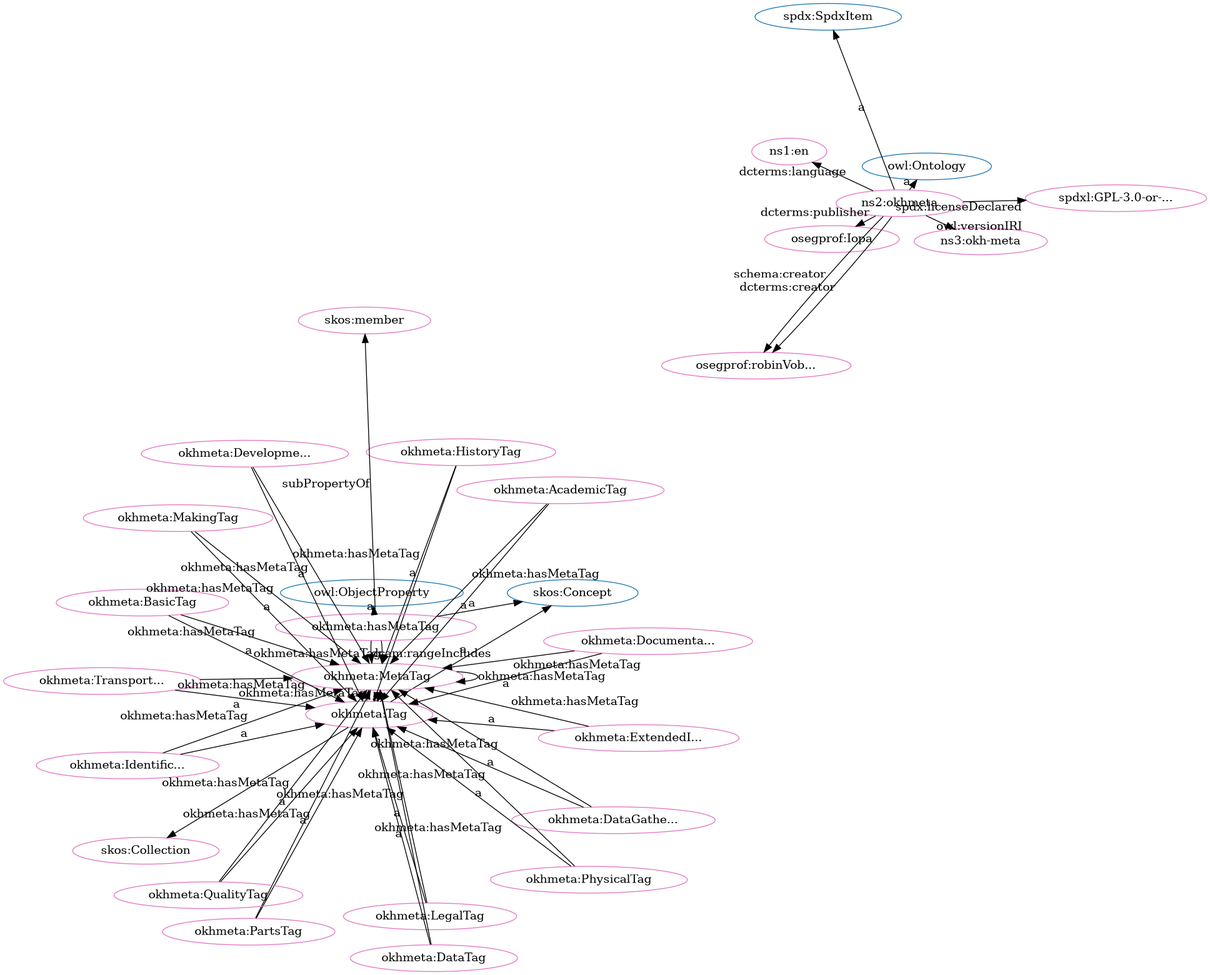
This is src/spec/fdp_okh-meta.png from iop-alliance/OpenKnowHow, a Graphviz export, as it was before one commit. Its source is kept beside it as src/spec/fdp_okh-meta.dot.
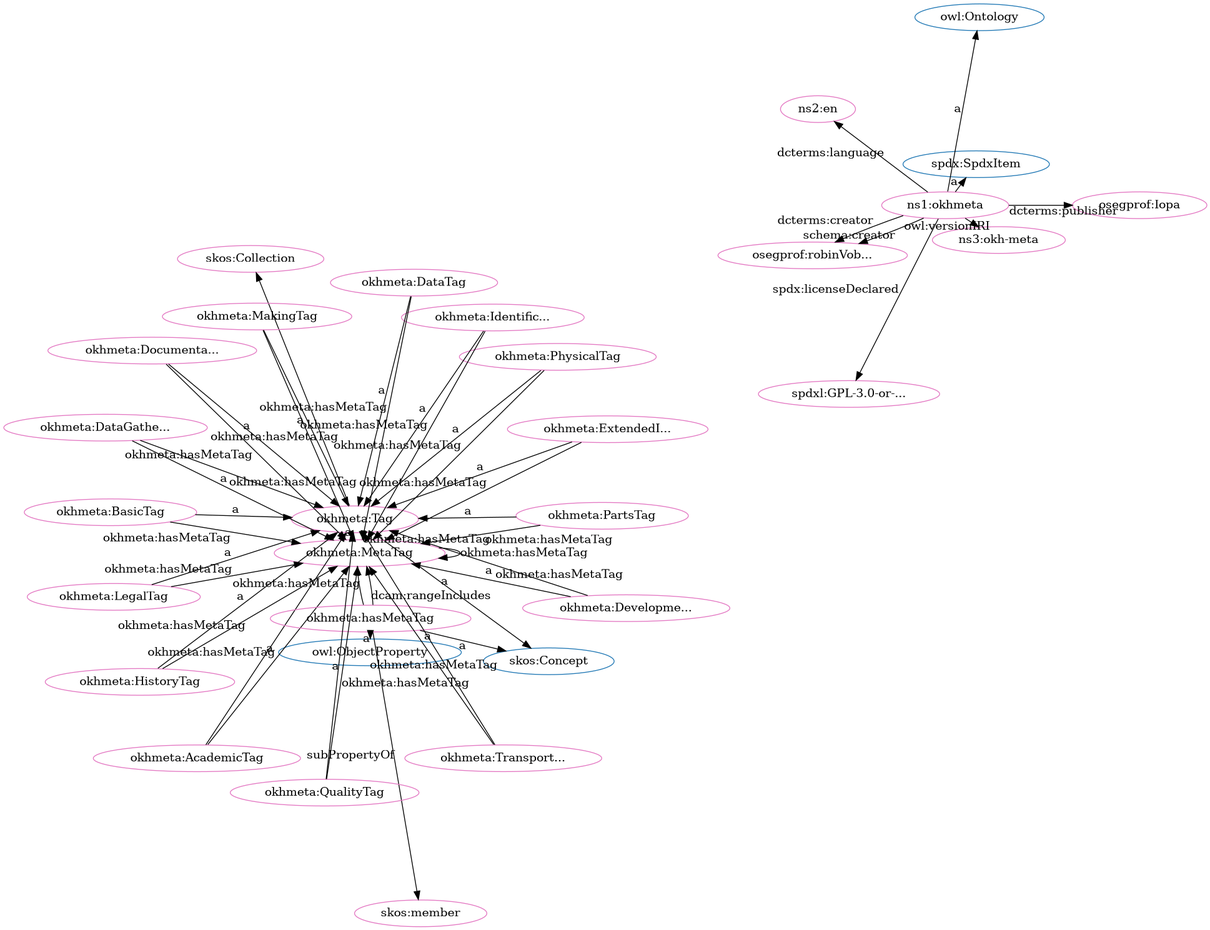
After the change.

The edit, as a diff of the source:
```diff
@@ -1,84 +1,84 @@
 digraph G {
   rankdir=BT
   node[height=.3]
+"http://w3id.org/oseg/ont/okhmeta#Tag" [fillcolor="#1f77b4" color="#1f77b4" label="okhmeta:Tag"]
+"http://www.w3.org/2004/02/skos/core#Concept" [fillcolor="#1f77b4" color="#1f77b4" label="skos:Concept"]
+"http://www.w3.org/2002/07/owl#ObjectProperty" [fillcolor="#1f77b4" color="#1f77b4" label="owl:ObjectProperty"]
+"http://www.w3.org/2002/07/owl#Ontology" [fillcolor="#1f77b4" color="#1f77b4" label="owl:Ontology"]
 "http://spdx.org/rdf/terms#SpdxItem" [fillcolor="#1f77b4" color="#1f77b4" label="spdx:SpdxItem"]
-"http://www.w3.org/2004/02/skos/core#Concept" [fillcolor="#1f77b4" color="#1f77b4" label="skos:Concept"]
-"http://www.w3.org/2002/07/owl#Ontology" [fillcolor="#1f77b4" color="#1f77b4" label="owl:Ontology"]
-"http://www.w3.org/2002/07/owl#ObjectProperty" [fillcolor="#1f77b4" color="#1f77b4" label="owl:ObjectProperty"]
 "http://www.w3.org/2004/02/skos/core#Collection" [fillcolor="#1f77b4" color="#1f77b4" label="skos:Collection"]
-"http://w3id.org/oseg/ont/okhmeta#Tag" [fillcolor="#1f77b4" color="#1f77b4" label="okhmeta:Tag"]
+"http://w3id.org/oseg/ont/okhmeta#MetaTag" [fillcolor="#e377c2" color="#e377c2" label="okhmeta:MetaTag"]
+"http://w3id.org/oseg/ont/oseg-profiles#robinVobruba" [fillcolor="#e377c2" color="#e377c2" label="osegprof:robinVob..."]
+"http://w3id.org/oseg/ont/okhmeta#AcademicTag" [fillcolor="#e377c2" color="#e377c2" label="okhmeta:AcademicTag"]
+"http://w3id.org/oseg/ont/okhmeta#hasMetaTag" [fillcolor="#e377c2" color="#e377c2" label="okhmeta:hasMetaTag"]
+"http://w3id.org/oseg/ont/okhmeta#PartsTag" [fillcolor="#e377c2" color="#e377c2" label="okhmeta:PartsTag"]
 "http://w3id.org/oseg/ont/okhmeta#HistoryTag" [fillcolor="#e377c2" color="#e377c2" label="okhmeta:HistoryTag"]
-"http://w3id.org/oseg/ont/okhmeta#hasMetaTag" [fillcolor="#e377c2" color="#e377c2" label="okhmeta:hasMetaTag"]
+"http://w3id.org/oseg/ont/okhmeta#DevelopmentTag" [fillcolor="#e377c2" color="#e377c2" label="okhmeta:Developme..."]
+"http://w3id.org/oseg/ont/okhmeta#TransportationTag" [fillcolor="#e377c2" color="#e377c2" label="okhmeta:Transport..."]
+"http://w3id.org/oseg/ont/okhmeta#BasicTag" [fillcolor="#e377c2" color="#e377c2" label="okhmeta:BasicTag"]
+"http://w3id.org/oseg/ont/okhmeta#ExtendedInfoTag" [fillcolor="#e377c2" color="#e377c2" label="okhmeta:ExtendedI..."]
+"http://w3id.org/oseg/ont/okhmeta#PhysicalTag" [fillcolor="#e377c2" color="#e377c2" label="okhmeta:PhysicalTag"]
+"http://w3id.org/oseg/ont/okhmeta#IdentificationTag" [fillcolor="#e377c2" color="#e377c2" label="okhmeta:Identific..."]
+"http://w3id.org/oseg/ont/okhmeta" [fillcolor="#e377c2" color="#e377c2" label="ns1:okhmeta"]
+"http://w3id.org/oseg/ont/oseg-profiles#Iopa" [fillcolor="#e377c2" color="#e377c2" label="osegprof:Iopa"]
+"http://w3id.org/oseg/ont/okhmeta#DataTag" [fillcolor="#e377c2" color="#e377c2" label="okhmeta:DataTag"]
+"http://w3id.org/oseg/ont/okhmeta#Tag" [fillcolor="#e377c2" color="#e377c2" label="okhmeta:Tag"]
+"http://www.w3.org/2004/02/skos/core#member" [fillcolor="#e377c2" color="#e377c2" label="skos:member"]
+"http://w3id.org/oseg/ont/okhmeta#DocumentationTag" [fillcolor="#e377c2" color="#e377c2" label="okhmeta:Documenta..."]
+"http://id.loc.gov/vocabulary/iso639-1/en" [fillcolor="#e377c2" color="#e377c2" label="ns2:en"]
+"http://w3id.org/oseg/ont/okhmeta#LegalTag" [fillcolor="#e377c2" color="#e377c2" label="okhmeta:LegalTag"]
+"http://w3id.org/oseg/ont/okhmeta#MakingTag" [fillcolor="#e377c2" color="#e377c2" label="okhmeta:MakingTag"]
+"http://www.w3.org/2004/02/skos/core#Collection" [fillcolor="#e377c2" color="#e377c2" label="skos:Collection"]
+"http://w3id.org/oseg/ont/okhmeta#QualityTag" [fillcolor="#e377c2" color="#e377c2" label="okhmeta:QualityTag"]
+"http://spdx.org/licenses/GPL-3.0-or-later" [fillcolor="#e377c2" color="#e377c2" label="spdxl:GPL-3.0-or-..."]
 "http://w3id.org/oseg/ont/okhmeta#DataGatheringTag" [fillcolor="#e377c2" color="#e377c2" label="okhmeta:DataGathe..."]
-"http://w3id.org/oseg/ont/okhmeta#DocumentationTag" [fillcolor="#e377c2" color="#e377c2" label="okhmeta:Documenta..."]
-"http://w3id.org/oseg/ont/okhmeta#TransportationTag" [fillcolor="#e377c2" color="#e377c2" label="okhmeta:Transport..."]
-"http://w3id.org/oseg/ont/okhmeta#LegalTag" [fillcolor="#e377c2" color="#e377c2" label="okhmeta:LegalTag"]
-"http://www.w3.org/2004/02/skos/core#Collection" [fillcolor="#e377c2" color="#e377c2" label="skos:Collection"]
-"http://w3id.org/oseg/ont/oseg-profiles#Iopa" [fillcolor="#e377c2" color="#e377c2" label="osegprof:Iopa"]
-"http://w3id.org/oseg/ont/okhmeta#MetaTag" [fillcolor="#e377c2" color="#e377c2" label="okhmeta:MetaTag"]
-"http://id.loc.gov/vocabulary/iso639-1/en" [fillcolor="#e377c2" color="#e377c2" label="ns1:en"]
-"http://w3id.org/oseg/ont/okhmeta#DevelopmentTag" [fillcolor="#e377c2" color="#e377c2" label="okhmeta:Developme..."]
-"http://spdx.org/licenses/GPL-3.0-or-later" [fillcolor="#e377c2" color="#e377c2" label="spdxl:GPL-3.0-or-..."]
-"http://w3id.org/oseg/ont/okhmeta" [fillcolor="#e377c2" color="#e377c2" label="ns2:okhmeta"]
-"http://w3id.org/oseg/ont/okhmeta#PhysicalTag" [fillcolor="#e377c2" color="#e377c2" label="okhmeta:PhysicalTag"]
-"http://w3id.org/oseg/ont/oseg-profiles#robinVobruba" [fillcolor="#e377c2" color="#e377c2" label="osegprof:robinVob..."]
-"http://w3id.org/oseg/ont/okhmeta#Tag" [fillcolor="#e377c2" color="#e377c2" label="okhmeta:Tag"]
-"http://w3id.org/oseg/ont/okhmeta#BasicTag" [fillcolor="#e377c2" color="#e377c2" label="okhmeta:BasicTag"]
-"http://w3id.org/oseg/ont/okhmeta#PartsTag" [fillcolor="#e377c2" color="#e377c2" label="okhmeta:PartsTag"]
-"http://www.w3.org/2004/02/skos/core#member" [fillcolor="#e377c2" color="#e377c2" label="skos:member"]
 "http://w3id.org/oseg/ont/1.1.0/okh-meta" [fillcolor="#e377c2" color="#e377c2" label="ns3:okh-meta"]
-"http://w3id.org/oseg/ont/okhmeta#AcademicTag" [fillcolor="#e377c2" color="#e377c2" label="okhmeta:AcademicTag"]
-"http://w3id.org/oseg/ont/okhmeta#MakingTag" [fillcolor="#e377c2" color="#e377c2" label="okhmeta:MakingTag"]
-"http://w3id.org/oseg/ont/okhmeta#IdentificationTag" [fillcolor="#e377c2" color="#e377c2" label="okhmeta:Identific..."]
-"http://w3id.org/oseg/ont/okhmeta#DataTag" [fillcolor="#e377c2" color="#e377c2" label="okhmeta:DataTag"]
-"http://w3id.org/oseg/ont/okhmeta#QualityTag" [fillcolor="#e377c2" color="#e377c2" label="okhmeta:QualityTag"]
-"http://w3id.org/oseg/ont/okhmeta#ExtendedInfoTag" [fillcolor="#e377c2" color="#e377c2" label="okhmeta:ExtendedI..."]
+  "http://w3id.org/oseg/ont/okhmeta#hasMetaTag" -> "http://w3id.org/oseg/ont/okhmeta#MetaTag" [label="okhmeta:hasMetaTag"]
+  "http://w3id.org/oseg/ont/okhmeta#hasMetaTag" -> "http://www.w3.org/2004/02/skos/core#Concept" [label="a"]
+  "http://w3id.org/oseg/ont/okhmeta" -> "http://w3id.org/oseg/ont/oseg-profiles#robinVobruba" [label="schema:creator"]
+  "http://w3id.org/oseg/ont/okhmeta#DevelopmentTag" -> "http://w3id.org/oseg/ont/okhmeta#Tag" [label="a"]
+  "http://w3id.org/oseg/ont/okhmeta#LegalTag" -> "http://w3id.org/oseg/ont/okhmeta#MetaTag" [label="okhmeta:hasMetaTag"]
+  "http://w3id.org/oseg/ont/okhmeta#ExtendedInfoTag" -> "http://w3id.org/oseg/ont/okhmeta#Tag" [label="a"]
+  "http://w3id.org/oseg/ont/okhmeta#Tag" -> "http://w3id.org/oseg/ont/okhmeta#MetaTag" [label="okhmeta:hasMetaTag"]
+  "http://w3id.org/oseg/ont/okhmeta#DevelopmentTag" -> "http://w3id.org/oseg/ont/okhmeta#MetaTag" [label="okhmeta:hasMetaTag"]
+  "http://w3id.org/oseg/ont/okhmeta#PartsTag" -> "http://w3id.org/oseg/ont/okhmeta#MetaTag" [label="okhmeta:hasMetaTag"]
+  "http://w3id.org/oseg/ont/okhmeta#DataTag" -> "http://w3id.org/oseg/ont/okhmeta#Tag" [label="a"]
+  "http://w3id.org/oseg/ont/okhmeta#QualityTag" -> "http://w3id.org/oseg/ont/okhmeta#MetaTag" [label="okhmeta:hasMetaTag"]
+  "http://w3id.org/oseg/ont/okhmeta#Tag" -> "http://www.w3.org/2004/02/skos/core#Concept" [label="a"]
+  "http://w3id.org/oseg/ont/okhmeta#MetaTag" -> "http://w3id.org/oseg/ont/okhmeta#Tag" [label="a"]
+  "http://w3id.org/oseg/ont/okhmeta#hasMetaTag" -> "http://www.w3.org/2004/02/skos/core#member" [label="subPropertyOf"]
+  "http://w3id.org/oseg/ont/okhmeta#DocumentationTag" -> "http://w3id.org/oseg/ont/okhmeta#Tag" [label="a"]
+  "http://w3id.org/oseg/ont/okhmeta" -> "http://id.loc.gov/vocabulary/iso639-1/en" [label="dcterms:language"]
+  "http://w3id.org/oseg/ont/okhmeta#TransportationTag" -> "http://w3id.org/oseg/ont/okhmeta#MetaTag" [label="okhmeta:hasMetaTag"]
+  "http://w3id.org/oseg/ont/okhmeta#PhysicalTag" -> "http://w3id.org/oseg/ont/okhmeta#MetaTag" [label="okhmeta:hasMetaTag"]
+  "http://w3id.org/oseg/ont/okhmeta#MakingTag" -> "http://w3id.org/oseg/ont/okhmeta#Tag" [label="a"]
+  "http://w3id.org/oseg/ont/okhmeta#hasMetaTag" -> "http://www.w3.org/2002/07/owl#ObjectProperty" [label="a"]
+  "http://w3id.org/oseg/ont/okhmeta" -> "http://spdx.org/licenses/GPL-3.0-or-later" [label="spdx:licenseDeclared"]
+  "http://w3id.org/oseg/ont/okhmeta#DataGatheringTag" -> "http://w3id.org/oseg/ont/okhmeta#Tag" [label="a"]
+  "http://w3id.org/oseg/ont/okhmeta" -> "http://w3id.org/oseg/ont/1.1.0/okh-meta" [label="owl:versionIRI"]
+  "http://w3id.org/oseg/ont/okhmeta#MakingTag" -> "http://w3id.org/oseg/ont/okhmeta#MetaTag" [label="okhmeta:hasMetaTag"]
+  "http://w3id.org/oseg/ont/okhmeta#DataTag" -> "http://w3id.org/oseg/ont/okhmeta#MetaTag" [label="okhmeta:hasMetaTag"]
+  "http://w3id.org/oseg/ont/okhmeta#DataGatheringTag" -> "http://w3id.org/oseg/ont/okhmeta#MetaTag" [label="okhmeta:hasMetaTag"]
+  "http://w3id.org/oseg/ont/okhmeta" -> "http://w3id.org/oseg/ont/oseg-profiles#robinVobruba" [label="dcterms:creator"]
+  "http://w3id.org/oseg/ont/okhmeta#ExtendedInfoTag" -> "http://w3id.org/oseg/ont/okhmeta#MetaTag" [label="okhmeta:hasMetaTag"]
+  "http://w3id.org/oseg/ont/okhmeta#AcademicTag" -> "http://w3id.org/oseg/ont/okhmeta#Tag" [label="a"]
+  "http://w3id.org/oseg/ont/okhmeta#PartsTag" -> "http://w3id.org/oseg/ont/okhmeta#Tag" [label="a"]
   "http://w3id.org/oseg/ont/okhmeta#HistoryTag" -> "http://w3id.org/oseg/ont/okhmeta#Tag" [label="a"]
-  "http://w3id.org/oseg/ont/okhmeta#hasMetaTag" -> "http://www.w3.org/2004/02/skos/core#Concept" [label="a"]
+  "http://w3id.org/oseg/ont/okhmeta#MetaTag" -> "http://w3id.org/oseg/ont/okhmeta#MetaTag" [label="okhmeta:hasMetaTag"]
+  "http://w3id.org/oseg/ont/okhmeta#DocumentationTag" -> "http://w3id.org/oseg/ont/okhmeta#MetaTag" [label="okhmeta:hasMetaTag"]
   "http://w3id.org/oseg/ont/okhmeta#TransportationTag" -> "http://w3id.org/oseg/ont/okhmeta#Tag" [label="a"]
-  "http://w3id.org/oseg/ont/okhmeta#Tag" -> "http://www.w3.org/2004/02/skos/core#Collection" [label=""]
+  "http://w3id.org/oseg/ont/okhmeta#BasicTag" -> "http://w3id.org/oseg/ont/okhmeta#Tag" [label="a"]
+  "http://w3id.org/oseg/ont/okhmeta#PhysicalTag" -> "http://w3id.org/oseg/ont/okhmeta#Tag" [label="a"]
+  "http://w3id.org/oseg/ont/okhmeta#IdentificationTag" -> "http://w3id.org/oseg/ont/okhmeta#Tag" [label="a"]
+  "http://w3id.org/oseg/ont/okhmeta" -> "http://spdx.org/rdf/terms#SpdxItem" [label="a"]
   "http://w3id.org/oseg/ont/okhmeta" -> "http://w3id.org/oseg/ont/oseg-profiles#Iopa" [label="dcterms:publisher"]
-  "http://w3id.org/oseg/ont/okhmeta#PhysicalTag" -> "http://w3id.org/oseg/ont/okhmeta#MetaTag" [label="okhmeta:hasMetaTag"]
-  "http://w3id.org/oseg/ont/okhmeta#MakingTag" -> "http://w3id.org/oseg/ont/okhmeta#MetaTag" [label="okhmeta:hasMetaTag"]
-  "http://w3id.org/oseg/ont/okhmeta#ExtendedInfoTag" -> "http://w3id.org/oseg/ont/okhmeta#MetaTag" [label="okhmeta:hasMetaTag"]
-  "http://w3id.org/oseg/ont/okhmeta" -> "http://spdx.org/licenses/GPL-3.0-or-later" [label="spdx:licenseDeclared"]
-  "http://w3id.org/oseg/ont/okhmeta#hasMetaTag" -> "http://www.w3.org/2002/07/owl#ObjectProperty" [label="a"]
-  "http://w3id.org/oseg/ont/okhmeta" -> "http://spdx.org/rdf/terms#SpdxItem" [label="a"]
-  "http://w3id.org/oseg/ont/okhmeta#DataGatheringTag" -> "http://w3id.org/oseg/ont/okhmeta#MetaTag" [label="okhmeta:hasMetaTag"]
-  "http://w3id.org/oseg/ont/okhmeta#LegalTag" -> "http://w3id.org/oseg/ont/okhmeta#MetaTag" [label="okhmeta:hasMetaTag"]
-  "http://w3id.org/oseg/ont/okhmeta#hasMetaTag" -> "http://www.w3.org/2004/02/skos/core#member" [label="subPropertyOf"]
-  "http://w3id.org/oseg/ont/okhmeta#DevelopmentTag" -> "http://w3id.org/oseg/ont/okhmeta#MetaTag" [label="okhmeta:hasMetaTag"]
-  "http://w3id.org/oseg/ont/okhmeta#MetaTag" -> "http://w3id.org/oseg/ont/okhmeta#MetaTag" [label="okhmeta:hasMetaTag"]
-  "http://w3id.org/oseg/ont/okhmeta#MetaTag" -> "http://w3id.org/oseg/ont/okhmeta#Tag" [label="a"]
-  "http://w3id.org/oseg/ont/okhmeta" -> "http://w3id.org/oseg/ont/oseg-profiles#robinVobruba" [label="dcterms:creator"]
   "http://w3id.org/oseg/ont/okhmeta#BasicTag" -> "http://w3id.org/oseg/ont/okhmeta#MetaTag" [label="okhmeta:hasMetaTag"]
   "http://w3id.org/oseg/ont/okhmeta#IdentificationTag" -> "http://w3id.org/oseg/ont/okhmeta#MetaTag" [label="okhmeta:hasMetaTag"]
-  "http://w3id.org/oseg/ont/okhmeta#DataTag" -> "http://w3id.org/oseg/ont/okhmeta#MetaTag" [label="okhmeta:hasMetaTag"]
-  "http://w3id.org/oseg/ont/okhmeta#QualityTag" -> "http://w3id.org/oseg/ont/okhmeta#MetaTag" [label="okhmeta:hasMetaTag"]
+  "http://w3id.org/oseg/ont/okhmeta#AcademicTag" -> "http://w3id.org/oseg/ont/okhmeta#MetaTag" [label="okhmeta:hasMetaTag"]
+  "http://w3id.org/oseg/ont/okhmeta#LegalTag" -> "http://w3id.org/oseg/ont/okhmeta#Tag" [label="a"]
+  "http://w3id.org/oseg/ont/okhmeta#HistoryTag" -> "http://w3id.org/oseg/ont/okhmeta#MetaTag" [label="okhmeta:hasMetaTag"]
+  "http://w3id.org/oseg/ont/okhmeta#hasMetaTag" -> "http://w3id.org/oseg/ont/okhmeta#MetaTag" [label="dcam:rangeIncludes"]
+  "http://w3id.org/oseg/ont/okhmeta#Tag" -> "http://www.w3.org/2004/02/skos/core#Collection" [label=""]
+  "http://w3id.org/oseg/ont/okhmeta#QualityTag" -> "http://w3id.org/oseg/ont/okhmeta#Tag" [label="a"]
   "http://w3id.org/oseg/ont/okhmeta" -> "http://www.w3.org/2002/07/owl#Ontology" [label="a"]
-  "http://w3id.org/oseg/ont/okhmeta#IdentificationTag" -> "http://w3id.org/oseg/ont/okhmeta#Tag" [label="a"]
-  "http://w3id.org/oseg/ont/okhmeta#DataTag" -> "http://w3id.org/oseg/ont/okhmeta#Tag" [label="a"]
-  "http://w3id.org/oseg/ont/okhmeta#QualityTag" -> "http://w3id.org/oseg/ont/okhmeta#Tag" [label="a"]
-  "http://w3id.org/oseg/ont/okhmeta#ExtendedInfoTag" -> "http://w3id.org/oseg/ont/okhmeta#Tag" [label="a"]
-  "http://w3id.org/oseg/ont/okhmeta#DataGatheringTag" -> "http://w3id.org/oseg/ont/okhmeta#Tag" [label="a"]
-  "http://w3id.org/oseg/ont/okhmeta#DocumentationTag" -> "http://w3id.org/oseg/ont/okhmeta#Tag" [label="a"]
-  "http://w3id.org/oseg/ont/okhmeta#LegalTag" -> "http://w3id.org/oseg/ont/okhmeta#Tag" [label="a"]
-  "http://w3id.org/oseg/ont/okhmeta" -> "http://id.loc.gov/vocabulary/iso639-1/en" [label="dcterms:language"]
-  "http://w3id.org/oseg/ont/okhmeta#DevelopmentTag" -> "http://w3id.org/oseg/ont/okhmeta#Tag" [label="a"]
-  "http://w3id.org/oseg/ont/okhmeta#PhysicalTag" -> "http://w3id.org/oseg/ont/okhmeta#Tag" [label="a"]
-  "http://w3id.org/oseg/ont/okhmeta" -> "http://w3id.org/oseg/ont/oseg-profiles#robinVobruba" [label="schema:creator"]
-  "http://w3id.org/oseg/ont/okhmeta#Tag" -> "http://www.w3.org/2004/02/skos/core#Concept" [label="a"]
-  "http://w3id.org/oseg/ont/okhmeta#DocumentationTag" -> "http://w3id.org/oseg/ont/okhmeta#MetaTag" [label="okhmeta:hasMetaTag"]
-  "http://w3id.org/oseg/ont/okhmeta#TransportationTag" -> "http://w3id.org/oseg/ont/okhmeta#MetaTag" [label="okhmeta:hasMetaTag"]
-  "http://w3id.org/oseg/ont/okhmeta#PartsTag" -> "http://w3id.org/oseg/ont/okhmeta#Tag" [label="a"]
-  "http://w3id.org/oseg/ont/okhmeta#BasicTag" -> "http://w3id.org/oseg/ont/okhmeta#Tag" [label="a"]
-  "http://w3id.org/oseg/ont/okhmeta#Tag" -> "http://w3id.org/oseg/ont/okhmeta#MetaTag" [label="okhmeta:hasMetaTag"]
-  "http://w3id.org/oseg/ont/okhmeta" -> "http://w3id.org/oseg/ont/1.1.0/okh-meta" [label="owl:versionIRI"]
-  "http://w3id.org/oseg/ont/okhmeta#hasMetaTag" -> "http://w3id.org/oseg/ont/okhmeta#MetaTag" [label="okhmeta:hasMetaTag"]
-  "http://w3id.org/oseg/ont/okhmeta#AcademicTag" -> "http://w3id.org/oseg/ont/okhmeta#MetaTag" [label="okhmeta:hasMetaTag"]
-  "http://w3id.org/oseg/ont/okhmeta#AcademicTag" -> "http://w3id.org/oseg/ont/okhmeta#Tag" [label="a"]
-  "http://w3id.org/oseg/ont/okhmeta#hasMetaTag" -> "http://w3id.org/oseg/ont/okhmeta#MetaTag" [label="dcam:rangeIncludes"]
-  "http://w3id.org/oseg/ont/okhmeta#MakingTag" -> "http://w3id.org/oseg/ont/okhmeta#Tag" [label="a"]
-  "http://w3id.org/oseg/ont/okhmeta#PartsTag" -> "http://w3id.org/oseg/ont/okhmeta#MetaTag" [label="okhmeta:hasMetaTag"]
-  "http://w3id.org/oseg/ont/okhmeta#HistoryTag" -> "http://w3id.org/oseg/ont/okhmeta#MetaTag" [label="okhmeta:hasMetaTag"]
 }
```
